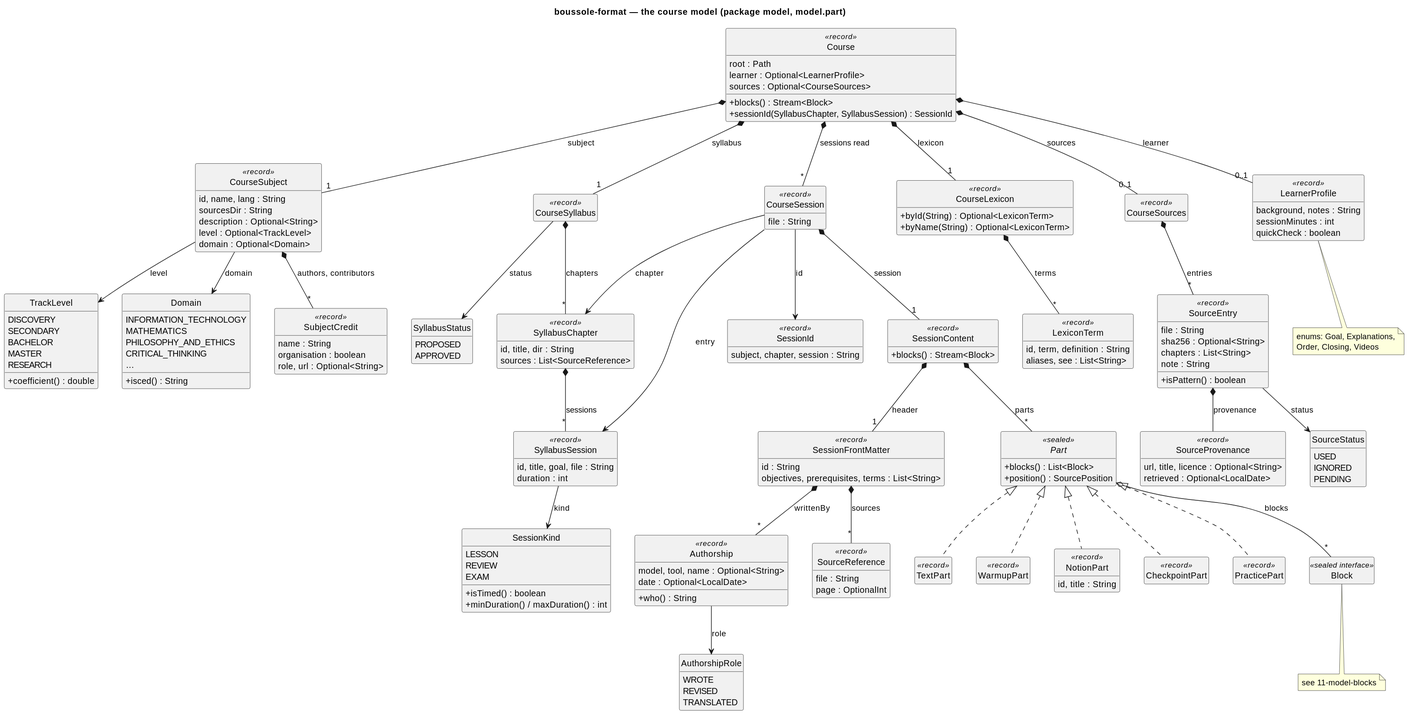
Above: docs/diagrams/10-model-course.svg in lucasssoh/Boussole (PlantUML), before the change.
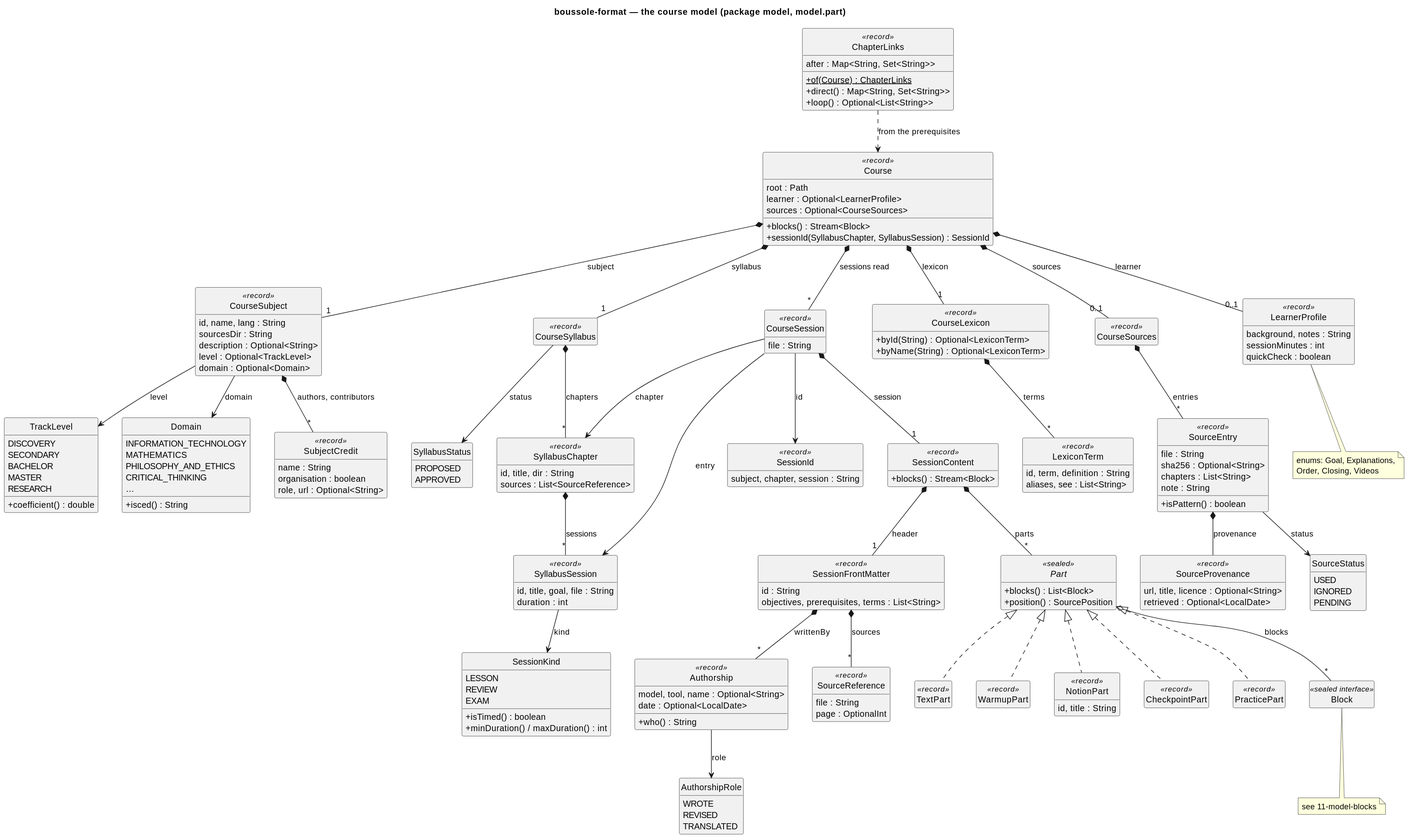
Later version of the same file.

Diff of the diagram source:
```diff
@@ -38,6 +38,12 @@
   +isced() : String
 }
 class CourseSyllabus <<record>>
+class ChapterLinks <<record>> {
+  after : Map<String, Set<String>>
+  +{static} of(Course) : ChapterLinks
+  +direct() : Map<String, Set<String>>
+  +loop() : Optional<List<String>>
+}
 enum SyllabusStatus {
   PROPOSED
   APPROVED
@@ -140,6 +146,7 @@
 CourseSubject --> TrackLevel : level
 CourseSubject --> Domain : domain
 Course *-- "1" CourseSyllabus : syllabus
+ChapterLinks ..> Course : from the prerequisites
 Course *-- "1" CourseLexicon : lexicon
 Course *-- "0..1" LearnerProfile : learner
 Course *-- "0..1" CourseSources : sources
```
